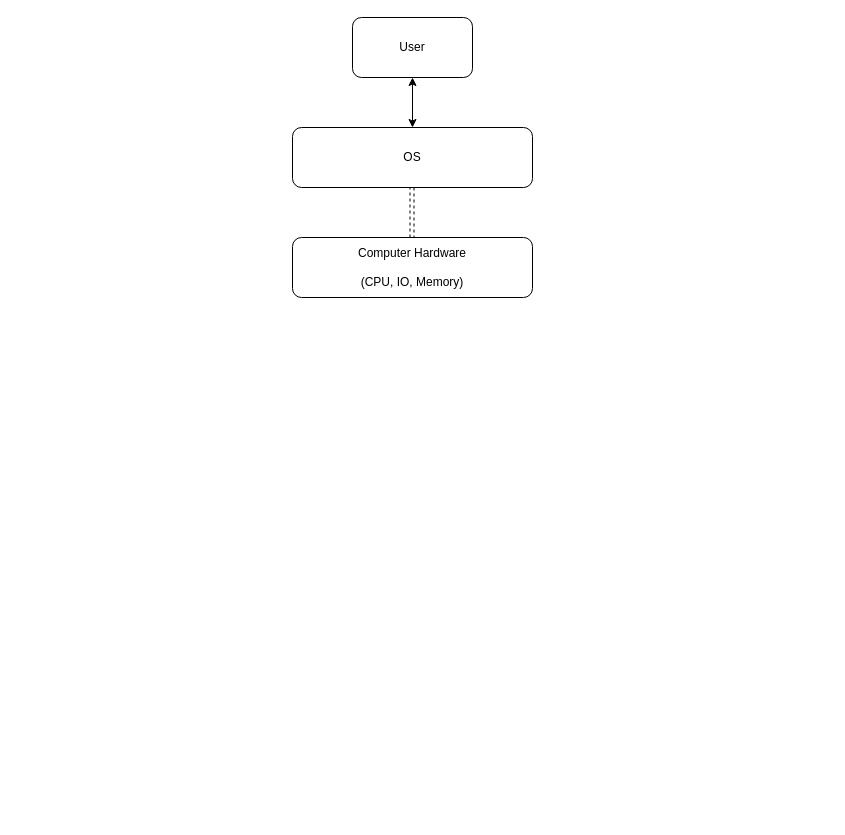
betabear26/draw.io keeps this draw.io diagram as Untitled Diagram.drawio. Above is the earlier version. Source tidied: cells renumbered, new cells numbered last; positions are measured from the earlier drawing's top-left corner, leaving out a move shared by most shapes. Both pictures are drawn from the tidied source at 100%, with x=0, y=0 at pixel (292, 17).
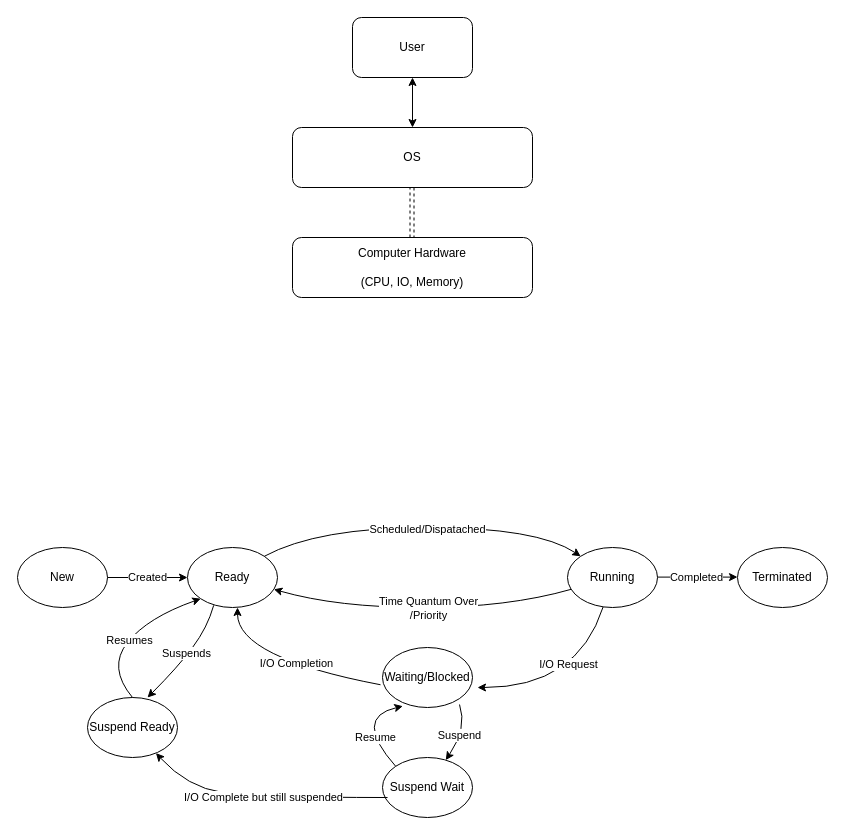
After the change.

Commit message:
Added process diagrom

What changed in the source:
```diff
@@
+    <mxCell id="7" value="New" style="ellipse;whiteSpace=wrap;html=1;" parent="1" vertex="1">
+      <mxGeometry x="-275" y="530" width="90" height="60" as="geometry" />
+    </mxCell>
+    <mxCell id="8" value="Ready" style="ellipse;whiteSpace=wrap;html=1;" parent="1" vertex="1">
+      <mxGeometry x="-105" y="530" width="90" height="60" as="geometry" />
+    </mxCell>
+    <mxCell id="9" value="Running" style="ellipse;whiteSpace=wrap;html=1;" parent="1" vertex="1">
+      <mxGeometry x="275" y="530" width="90" height="60" as="geometry" />
+    </mxCell>
+    <mxCell id="10" value="Terminated" style="ellipse;whiteSpace=wrap;html=1;" parent="1" vertex="1">
+      <mxGeometry x="445" y="530" width="90" height="60" as="geometry" />
+    </mxCell>
+    <mxCell id="11" value="Waiting/Blocked" style="ellipse;whiteSpace=wrap;html=1;" parent="1" vertex="1">
+      <mxGeometry x="90" y="630" width="90" height="60" as="geometry" />
+    </mxCell>
+    <mxCell id="12" value="Suspend Ready" style="ellipse;whiteSpace=wrap;html=1;" parent="1" vertex="1">
+      <mxGeometry x="-205" y="680" width="90" height="60" as="geometry" />
+    </mxCell>
+    <mxCell id="13" value="Suspend Wait" style="ellipse;whiteSpace=wrap;html=1;" parent="1" vertex="1">
+      <mxGeometry x="90" y="740" width="90" height="60" as="geometry" />
+    </mxCell>
+    <mxCell id="14" value="&lt;div&gt;&lt;br&gt;&lt;/div&gt;&lt;div&gt;Created&lt;/div&gt;&lt;div&gt;&lt;br&gt;&lt;/div&gt;" style="endArrow=classic;html=1;exitX=1;exitY=0.5;exitDx=0;exitDy=0;entryX=0;entryY=0.5;entryDx=0;entryDy=0;" parent="1" edge="1" source="7" target="8">
+      <mxGeometry relative="1" as="geometry" />
+    </mxCell>
+    <mxCell id="15" style="curved=1;endArrow=classic;html=1;exitX=1;exitY=0;exitDx=0;exitDy=0;" parent="1" edge="1" source="8" target="9">
+      <mxGeometry relative="1" as="geometry">
+        <Array as="points">
+          <mxPoint x="25" y="510" />
+          <mxPoint x="245" y="510" />
+        </Array>
+      </mxGeometry>
+    </mxCell>
+    <mxCell id="16" value="Scheduled/Dispatached" style="edgeLabel;html=1;align=center;verticalAlign=middle;" parent="15" vertex="1">
+      <mxGeometry x="-0.17" y="-1" relative="1" as="geometry">
+        <mxPoint x="32.1" as="offset" />
+      </mxGeometry>
+    </mxCell>
+    <mxCell id="17" style="curved=1;endArrow=classic;html=1;" parent="1" edge="1" source="9" target="8">
+      <mxGeometry relative="1" as="geometry">
+        <Array as="points">
+          <mxPoint x="215" y="590" />
+          <mxPoint x="45" y="590" />
+        </Array>
+      </mxGeometry>
+    </mxCell>
+    <mxCell id="18" value="&lt;div&gt;Time Quantum Over&lt;/div&gt;&lt;div&gt;/Priority&lt;br&gt;&lt;/div&gt;" style="edgeLabel;html=1;align=center;verticalAlign=middle;" parent="17" vertex="1">
+      <mxGeometry x="0.1" relative="1" as="geometry">
+        <mxPoint x="20.5" as="offset" />
+      </mxGeometry>
+    </mxCell>
+    <mxCell id="19" style="curved=1;endArrow=classic;html=1;exitX=-0.022;exitY=0.621;exitDx=0;exitDy=0;exitPerimeter=0;" parent="1" edge="1" source="11">
+      <mxGeometry relative="1" as="geometry">
+        <mxPoint x="-55" y="590" as="targetPoint" />
+        <Array as="points">
+          <mxPoint x="-55" y="640" />
+        </Array>
+      </mxGeometry>
+    </mxCell>
+    <mxCell id="20" value="&lt;div&gt;I/O Completion&lt;/div&gt;" style="edgeLabel;html=1;align=center;verticalAlign=middle;" parent="19" vertex="1">
+      <mxGeometry x="-0.11" y="-6" relative="1" as="geometry" />
+    </mxCell>
+    <mxCell id="21" style="curved=1;endArrow=classic;html=1;" parent="1" edge="1" source="9">
+      <mxGeometry relative="1" as="geometry">
+        <mxPoint x="185" y="670" as="targetPoint" />
+        <Array as="points">
+          <mxPoint x="285" y="670" />
+        </Array>
+      </mxGeometry>
+    </mxCell>
+    <mxCell id="22" value="I/O Request" style="edgeLabel;html=1;align=center;verticalAlign=middle;" parent="21" vertex="1">
+      <mxGeometry x="-0.28" y="-19" relative="1" as="geometry">
+        <mxPoint x="2.7" as="offset" />
+      </mxGeometry>
+    </mxCell>
+    <mxCell id="23" style="endArrow=classic;html=1;exitX=1;exitY=0.5;exitDx=0;exitDy=0;entryX=0;entryY=0.5;entryDx=0;entryDy=0;" parent="1" edge="1">
+      <mxGeometry relative="1" as="geometry">
+        <mxPoint x="365" y="559.6" as="sourcePoint" />
+        <mxPoint x="445" y="559.6" as="targetPoint" />
+      </mxGeometry>
+    </mxCell>
+    <mxCell id="24" value="Completed" style="edgeLabel;html=1;align=center;verticalAlign=middle;" parent="23" vertex="1">
+      <mxGeometry x="-0.16" relative="1" as="geometry">
+        <mxPoint x="4" as="offset" />
+      </mxGeometry>
+    </mxCell>
+    <mxCell id="25" style="curved=1;endArrow=classic;html=1;exitX=0.5;exitY=0;exitDx=0;exitDy=0;entryX=0;entryY=1;entryDx=0;entryDy=0;" parent="1" edge="1" source="12" target="8">
+      <mxGeometry relative="1" as="geometry">
+        <Array as="points">
+          <mxPoint x="-185" y="650" />
+          <mxPoint x="-145" y="600" />
+        </Array>
+      </mxGeometry>
+    </mxCell>
+    <mxCell id="26" value="Resumes" style="edgeLabel;html=1;align=center;verticalAlign=middle;" parent="25" vertex="1">
+      <mxGeometry x="-0.07" relative="1" as="geometry" />
+    </mxCell>
+    <mxCell id="27" style="curved=1;endArrow=classic;html=1;exitX=0.291;exitY=0.964;exitDx=0;exitDy=0;exitPerimeter=0;" parent="1" edge="1" source="8">
+      <mxGeometry relative="1" as="geometry">
+        <mxPoint x="-145" y="680" as="targetPoint" />
+        <Array as="points">
+          <mxPoint x="-85" y="610" />
+          <mxPoint x="-115" y="650" />
+        </Array>
+      </mxGeometry>
+    </mxCell>
+    <mxCell id="28" value="&lt;div&gt;Suspends&lt;/div&gt;" style="edgeLabel;html=1;align=center;verticalAlign=middle;" parent="27" vertex="1">
+      <mxGeometry x="-0.01" y="-2" relative="1" as="geometry" />
+    </mxCell>
+    <mxCell id="29" style="curved=1;endArrow=classic;html=1;entryX=0.226;entryY=0.978;entryDx=0;entryDy=0;entryPerimeter=0;exitX=0;exitY=0;exitDx=0;exitDy=0;" parent="1" edge="1" source="13" target="11">
+      <mxGeometry relative="1" as="geometry">
+        <Array as="points">
+          <mxPoint x="60" y="700" />
+        </Array>
+      </mxGeometry>
+    </mxCell>
+    <mxCell id="30" value="&lt;div&gt;Resume&lt;/div&gt;" style="edgeLabel;html=1;align=center;verticalAlign=middle;" parent="29" vertex="1">
+      <mxGeometry x="-0.4" y="-4" relative="1" as="geometry" />
+    </mxCell>
+    <mxCell id="31" style="curved=1;endArrow=classic;html=1;exitX=0.856;exitY=0.95;exitDx=0;exitDy=0;exitPerimeter=0;" parent="1" edge="1" source="11" target="13">
+      <mxGeometry relative="1" as="geometry">
+        <Array as="points">
+          <mxPoint x="175" y="710" />
+        </Array>
+      </mxGeometry>
+    </mxCell>
+    <mxCell id="32" value="Suspend" style="edgeLabel;html=1;align=center;verticalAlign=middle;" parent="31" vertex="1">
+      <mxGeometry x="0.1" y="-3" relative="1" as="geometry" />
+    </mxCell>
+    <mxCell id="33" value="I/O Complete but still suspended" style="curved=1;endArrow=classic;html=1;exitX=0.056;exitY=0.667;exitDx=0;exitDy=0;exitPerimeter=0;" parent="1" edge="1" source="13" target="12">
+      <mxGeometry relative="1" as="geometry">
+        <Array as="points">
+          <mxPoint x="-35" y="780" />
+          <mxPoint x="-105" y="770" />
+        </Array>
+      </mxGeometry>
+    </mxCell>
```
